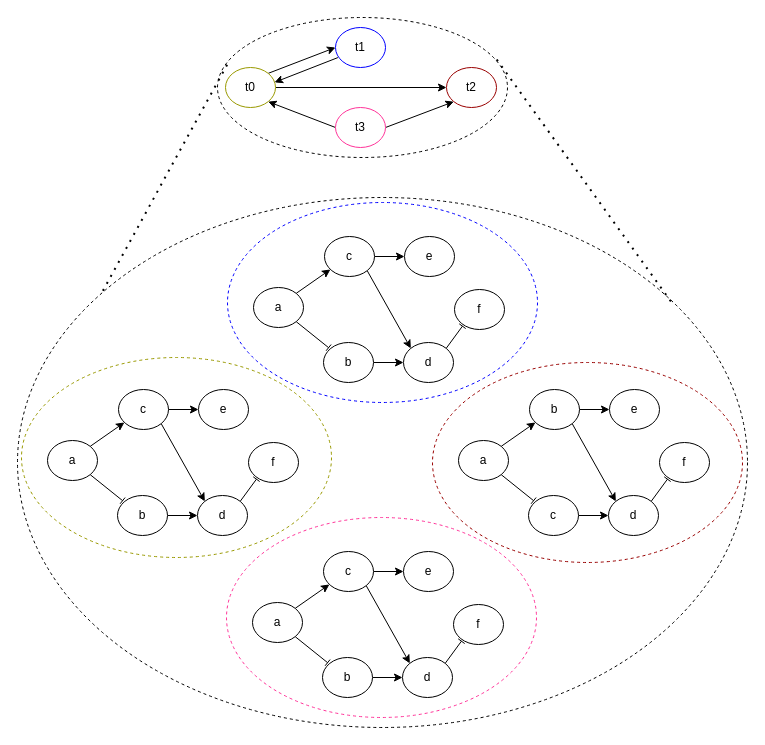
This is docs/images/MAStemporal.drawio from josura/c2c-sepia, a draw.io file, before an edit. Source tidied: cells renumbered, new cells numbered last; positions are measured from the earlier drawing's top-left corner, leaving out a move shared by most shapes. Both pictures are drawn from the tidied source at 100%, with x=0, y=0 at pixel (17, 17).
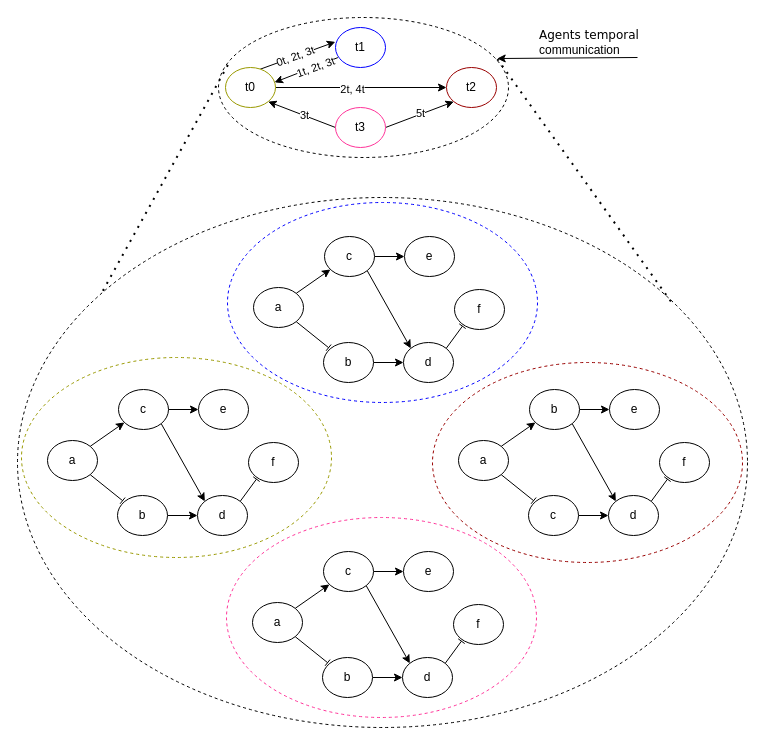
After the change.

The change refers to these unchanged cells:
```xml
<mxCell id="17" style="edgeStyle=none;rounded=0;jettySize=auto;html=1;exitX=1;exitY=0.5;exitDx=0;exitDy=0;entryX=0;entryY=0.5;entryDx=0;entryDy=0;" parent="1" edge="1" source="18" target="32">
  <mxGeometry relative="1" as="geometry" />
</mxCell>
<mxCell id="18" value="t0" style="ellipse;whiteSpace=wrap;html=1;strokeColor=#999900;" parent="1" vertex="1">
  <mxGeometry x="208" y="50" width="50" height="40" as="geometry" />
</mxCell>
<mxCell id="46" style="edgeStyle=none;rounded=0;jettySize=auto;html=1;exitX=0.048;exitY=0.752;exitDx=0;exitDy=0;entryX=0.981;entryY=0.371;entryDx=0;entryDy=0;entryPerimeter=0;exitPerimeter=0;" parent="1" edge="1" source="47" target="18">
  <mxGeometry relative="1" as="geometry" />
</mxCell>
<mxCell id="47" value="t1" style="ellipse;whiteSpace=wrap;html=1;strokeColor=#0000FF;" parent="1" vertex="1">
  <mxGeometry x="318" y="10" width="50" height="40" as="geometry" />
</mxCell>
<mxCell id="61" style="edgeStyle=none;rounded=0;jettySize=auto;html=1;exitX=0;exitY=0.5;exitDx=0;exitDy=0;entryX=1;entryY=1;entryDx=0;entryDy=0;" parent="1" edge="1" source="63" target="18">
  <mxGeometry relative="1" as="geometry" />
</mxCell>
<mxCell id="62" style="edgeStyle=none;rounded=0;jettySize=auto;html=1;exitX=1;exitY=0.5;exitDx=0;exitDy=0;entryX=0;entryY=1;entryDx=0;entryDy=0;" parent="1" edge="1" source="63" target="32">
  <mxGeometry relative="1" as="geometry" />
</mxCell>
```

Change to the diagram source:
```diff
@@
+    <mxCell id="66" style="ellipse;whiteSpace=wrap;html=1;dashed=1;fillColor=none;strokeColor=#000000;" parent="1" vertex="1">
+      <mxGeometry x="201" width="290" height="140" as="geometry" />
+    </mxCell>
@@
-    <mxCell id="16" style="edgeStyle=none;rounded=0;jettySize=auto;html=1;exitX=1;exitY=0;exitDx=0;exitDy=0;entryX=0;entryY=0.5;entryDx=0;entryDy=0;" parent="1" edge="1" source="18" target="47">
+    <mxCell id="16" style="edgeStyle=none;rounded=0;jettySize=auto;html=1;exitX=0.692;exitY=0.044;exitDx=0;exitDy=0;entryX=-0.004;entryY=0.359;entryDx=0;entryDy=0;exitPerimeter=0;entryPerimeter=0;" parent="1" edge="1" source="18" target="47">
       <mxGeometry relative="1" as="geometry" />
     </mxCell>
+    <mxCell id="67" value="0t, 2t, 3t" style="edgeLabel;html=1;align=center;verticalAlign=middle;rotation=-20;" parent="16" vertex="1">
+      <mxGeometry x="-0.35" y="1" relative="1" as="geometry">
+        <mxPoint x="11" y="-3" as="offset" />
+      </mxGeometry>
+    </mxCell>
@@
+    <mxCell id="68" value="2t, 4t" style="edgeLabel;html=1;align=center;verticalAlign=middle;" parent="17" vertex="1">
+      <mxGeometry x="-0.11" y="-1" relative="1" as="geometry" />
+    </mxCell>
@@
+    <mxCell id="69" value="1t, 2t, 3t" style="edgeLabel;html=1;align=center;verticalAlign=middle;rotation=-20;" parent="46" vertex="1">
+      <mxGeometry x="-0.49" relative="1" as="geometry">
+        <mxPoint x="-7" y="3" as="offset" />
+      </mxGeometry>
+    </mxCell>
@@
+    <mxCell id="70" value="3t" style="edgeLabel;html=1;align=center;verticalAlign=middle;" parent="61" vertex="1">
+      <mxGeometry x="-0.06" relative="1" as="geometry" />
+    </mxCell>
@@
+    <mxCell id="71" value="5t" style="edgeLabel;html=1;align=center;verticalAlign=middle;" parent="62" vertex="1">
+      <mxGeometry x="0.01" y="1" relative="1" as="geometry" />
+    </mxCell>
@@
-    <mxCell id="66" style="ellipse;whiteSpace=wrap;html=1;dashed=1;fillColor=none;strokeColor=#000000;" parent="1" vertex="1">
-      <mxGeometry x="200" width="290" height="140" as="geometry" />
-    </mxCell>
+    <mxCell id="72" value="&lt;div align=&quot;left&quot;&gt;&lt;font face=&quot;Verdana&quot;&gt;Agents temporal &lt;br&gt;&lt;/font&gt;&lt;/div&gt;&lt;div align=&quot;left&quot;&gt;&lt;font face=&quot;vIOQpKhhw21pUGHrhAOD&quot;&gt;communication&lt;/font&gt;&lt;/div&gt;" style="text;html=1;align=left;verticalAlign=middle;strokeColor=none;fillColor=none;" parent="1" vertex="1">
+      <mxGeometry x="520" width="120" height="50" as="geometry" />
+    </mxCell>
+    <mxCell id="73" style="endArrow=classic;html=1;rounded=0;entryX=0.961;entryY=0.293;entryDx=0;entryDy=0;entryPerimeter=0;" parent="1" edge="1" target="66">
+      <mxGeometry relative="1" as="geometry">
+        <mxPoint x="620" y="40" as="sourcePoint" />
+      </mxGeometry>
+    </mxCell>
```
